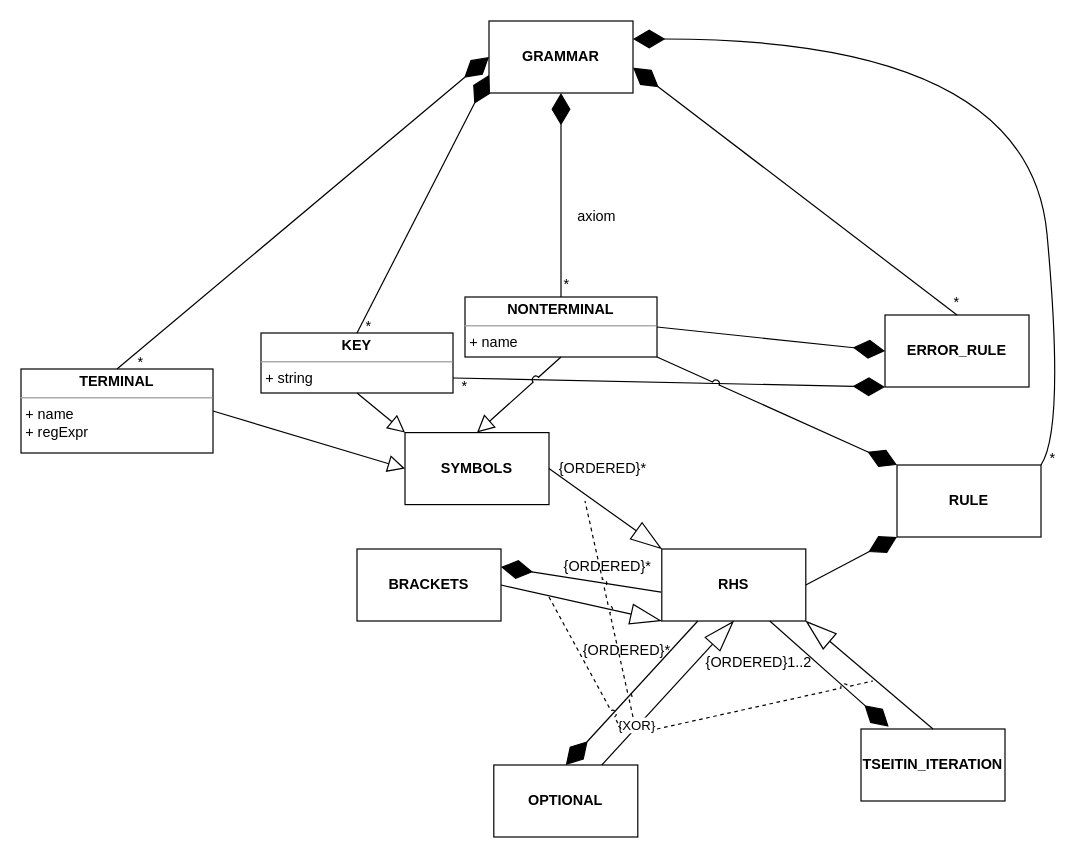
The draw.io diagram docs/raw_diagrams/metamodel.drawio in aVorotnikov/dsl_generator, before the edit. Source tidied: cells renumbered, new cells numbered last; positions are measured from the earlier drawing's top-left corner, leaving out a move shared by most shapes. Both pictures are drawn from the tidied source at 120%, with x=0, y=0 at pixel (20, 20).
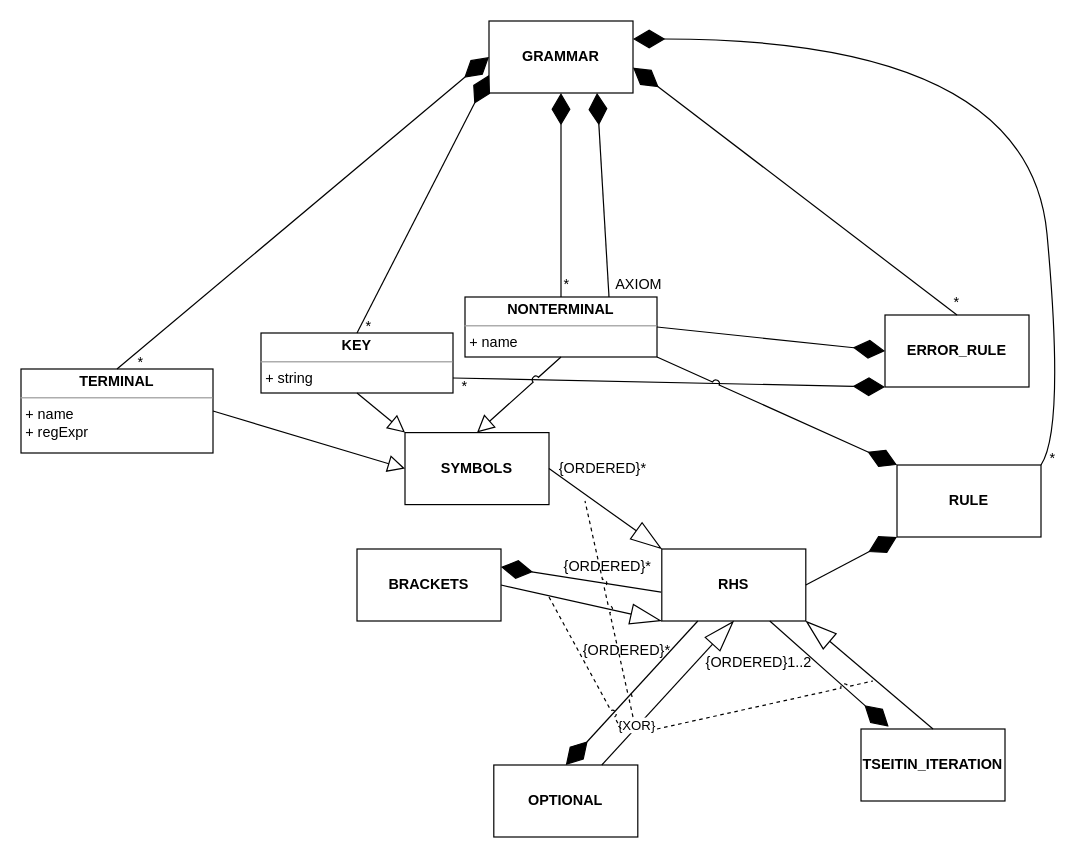
Above is the later version.

Unchanged cells that the change refers to:
```xml
<mxCell id="2" value="&lt;b&gt;GRAMMAR&lt;/b&gt;" style="rounded=0;whiteSpace=wrap;html=1;" parent="1" vertex="1">
  <mxGeometry x="390" width="120" height="60" as="geometry" />
</mxCell>
<mxCell id="4" value="&lt;p style=&quot;margin:0px;margin-top:4px;text-align:center;&quot;&gt;&lt;b&gt;NONTERMINAL&lt;/b&gt;&lt;/p&gt;&lt;hr size=&quot;1&quot;&gt;&lt;p style=&quot;margin:0px;margin-left:4px;&quot;&gt;+ name&lt;/p&gt;" style="verticalAlign=top;align=left;overflow=fill;fontSize=12;fontFamily=Helvetica;html=1;" parent="1" vertex="1">
  <mxGeometry x="370" y="230" width="160" height="50" as="geometry" />
</mxCell>
```

Diff of the diagram source:
```diff
@@
-    <mxCell id="45" value="axiom" style="text;html=1;strokeColor=none;fillColor=none;align=center;verticalAlign=middle;whiteSpace=wrap;rounded=0;" parent="1" vertex="1">
-      <mxGeometry x="450" y="155" width="60" height="15" as="geometry" />
+    <mxCell id="45" value="AXIOM" style="text;html=1;strokeColor=none;fillColor=none;align=center;verticalAlign=middle;whiteSpace=wrap;rounded=0;" parent="1" vertex="1">
+      <mxGeometry x="490" y="212.5" width="50" height="15" as="geometry" />
     </mxCell>
@@
+    <mxCell id="47" style="endArrow=diamondThin;endFill=1;endSize=24;html=1;rounded=0;exitX=0.75;exitY=0;exitDx=0;exitDy=0;entryX=0.75;entryY=1;entryDx=0;entryDy=0;" parent="1" edge="1" source="4" target="2">
+      <mxGeometry relative="1" as="geometry" />
+    </mxCell>
```
